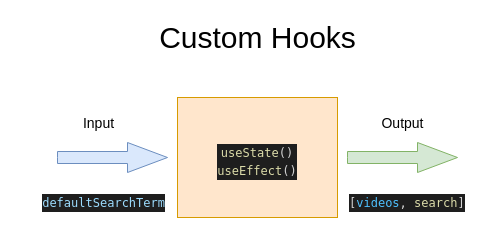
Before: page "Custom Hooks" (1 of 4) of Custom Hooks.drawio in jeesewu/Diagrams-Storage, a draw.io diagram. Source tidied: cells renumbered, new cells numbered last; positions are measured from the earlier drawing's top-left corner, leaving out a move shared by most shapes. Both pictures are drawn from the tidied source at 100%, with x=0, y=0 at pixel (17, 17).
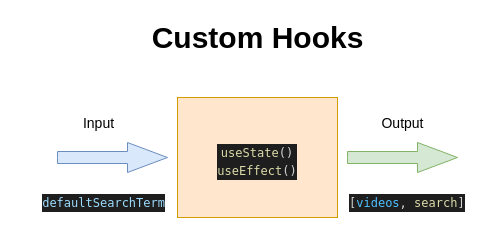
The same page after the edit.

The edit, as a diff of the source:
```diff
@@
 <mxGraphModel>
   <root>
     <mxCell id="0" />
     <mxCell id="1" parent="0" />
-    <mxCell id="2" value="Custom Hooks" style="text;html=1;align=center;verticalAlign=middle;strokeColor=none;fontSize=30;" parent="1" vertex="1">
-      <mxGeometry x="135" width="210" height="40" as="geometry" />
+    <mxCell id="2" value="Custom Hooks" style="text;html=1;align=center;verticalAlign=middle;strokeColor=none;fontSize=30;fontStyle=1;" parent="1" vertex="1">
+      <mxGeometry x="125" width="230" height="40" as="geometry" />
     </mxCell>
     <mxCell id="3" style="rounded=0;whiteSpace=wrap;html=1;fillColor=#ffe6cc;strokeColor=#d79b00;" parent="1" vertex="1">
       <mxGeometry x="160" y="80" width="160" height="120" as="geometry" />
     </mxCell>
     <mxCell id="4" style="html=1;shadow=0;dashed=0;align=center;verticalAlign=middle;shape=mxgraph.arrows2.arrow;dy=0.6;dx=40;notch=0;fillColor=#dae8fc;strokeColor=#6c8ebf;" parent="1" vertex="1">
       <mxGeometry x="40" y="125" width="110" height="30" as="geometry" />
     </mxCell>
     <mxCell id="5" style="html=1;shadow=0;dashed=0;align=center;verticalAlign=middle;shape=mxgraph.arrows2.arrow;dy=0.6;dx=40;notch=0;fillColor=#d5e8d4;strokeColor=#82b366;" parent="1" vertex="1">
       <mxGeometry x="330" y="125" width="110" height="30" as="geometry" />
     </mxCell>
     <mxCell id="6" value="&lt;div style=&quot;color: rgb(212, 212, 212); background-color: rgb(30, 30, 30); font-family: menlo, monaco, &amp;quot;courier new&amp;quot;, monospace; font-weight: normal; font-size: 12px; line-height: 18px;&quot;&gt;&lt;div&gt;&lt;span style=&quot;color: #d4d4d4&quot;&gt;[&lt;/span&gt;&lt;span style=&quot;color: #4fc1ff&quot;&gt;videos&lt;/span&gt;&lt;span style=&quot;color: #d4d4d4&quot;&gt;, &lt;/span&gt;&lt;span style=&quot;color: #dcdcaa&quot;&gt;search&lt;/span&gt;&lt;span style=&quot;color: #d4d4d4&quot;&gt;]&lt;/span&gt;&lt;/div&gt;&lt;/div&gt;" style="text;whiteSpace=wrap;html=1;align=left;" parent="1" vertex="1">
       <mxGeometry x="330" y="170" width="140" height="30" as="geometry" />
     </mxCell>
     <mxCell id="7" value="&lt;div style=&quot;color: rgb(212, 212, 212); background-color: rgb(30, 30, 30); font-family: menlo, monaco, &amp;quot;courier new&amp;quot;, monospace; font-weight: normal; font-size: 12px; line-height: 18px;&quot;&gt;&lt;div&gt;&lt;span style=&quot;color: #9cdcfe&quot;&gt;defaultSearchTerm&lt;/span&gt;&lt;/div&gt;&lt;/div&gt;" style="text;whiteSpace=wrap;html=1;align=right;" parent="1" vertex="1">
       <mxGeometry y="170" width="150" height="30" as="geometry" />
     </mxCell>
     <mxCell id="8" value="&lt;div style=&quot;color: rgb(212 , 212 , 212) ; background-color: rgb(30 , 30 , 30) ; font-family: &amp;quot;menlo&amp;quot; , &amp;quot;monaco&amp;quot; , &amp;quot;courier new&amp;quot; , monospace ; font-weight: normal ; font-size: 12px ; line-height: 18px&quot;&gt;&lt;div&gt;&lt;span style=&quot;color: #dcdcaa&quot;&gt;useState&lt;/span&gt;&lt;span style=&quot;color: #d4d4d4&quot;&gt;()&lt;/span&gt;&lt;/div&gt;&lt;div&gt;&lt;div style=&quot;font-family: &amp;quot;menlo&amp;quot; , &amp;quot;monaco&amp;quot; , &amp;quot;courier new&amp;quot; , monospace ; line-height: 18px&quot;&gt;&lt;span style=&quot;color: #dcdcaa&quot;&gt;useEffect&lt;/span&gt;()&lt;/div&gt;&lt;/div&gt;&lt;/div&gt;" style="text;whiteSpace=wrap;html=1;align=center;" parent="1" vertex="1">
       <mxGeometry x="185" y="120" width="110" height="50" as="geometry" />
     </mxCell>
     <mxCell id="9" style="edgeStyle=orthogonalEdgeStyle;rounded=0;orthogonalLoop=1;jettySize=auto;html=1;exitX=0.5;exitY=1;exitDx=0;exitDy=0;align=center;" parent="1" edge="1" source="8" target="8">
       <mxGeometry relative="1" as="geometry" />
     </mxCell>
     <mxCell id="10" value="Input" style="text;html=1;align=center;verticalAlign=middle;strokeColor=none;fontSize=14;" parent="1" vertex="1">
       <mxGeometry x="56" y="96" width="50" height="20" as="geometry" />
     </mxCell>
     <mxCell id="11" value="Output" style="text;html=1;align=center;verticalAlign=middle;strokeColor=none;fontSize=14;" parent="1" vertex="1">
       <mxGeometry x="355" y="96" width="60" height="20" as="geometry" />
     </mxCell>
   </root>
 </mxGraphModel>
```
